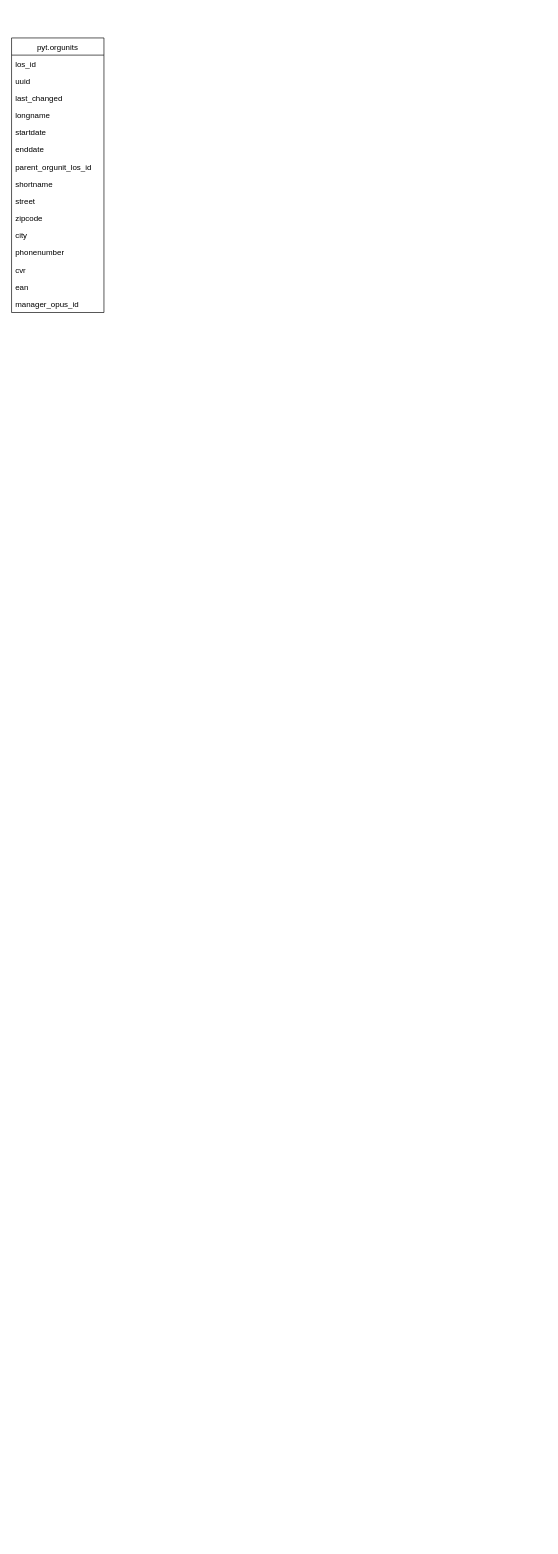
Before: Overblik_over_datatræk.drawio in Skanderborg/SOFD, a draw.io diagram. Source tidied: cells renumbered, new cells numbered last; positions are measured from the earlier drawing's top-left corner, leaving out a move shared by most shapes. Both pictures are drawn from the tidied source at 66%, with x=0, y=0 at pixel (11, 38).
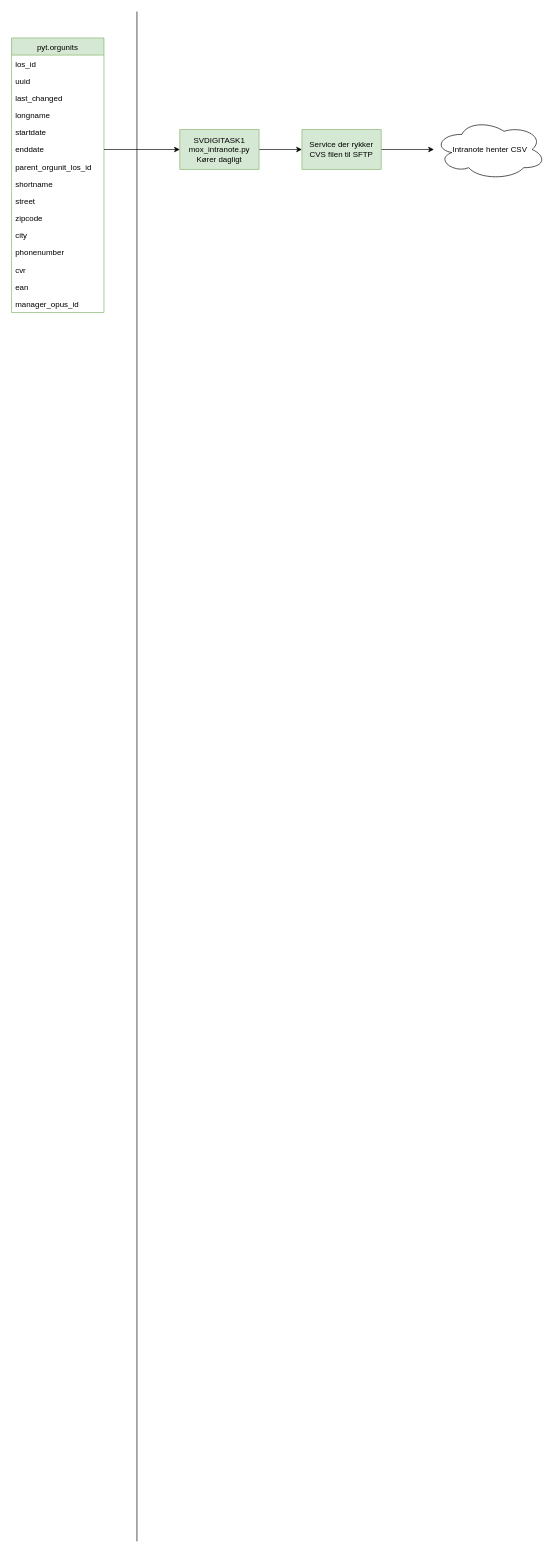
Above is the later version.

Unchanged cells that the change refers to:
```xml
<mxCell id="8" value="enddate" style="text;strokeColor=none;fillColor=none;align=left;verticalAlign=top;spacingLeft=4;spacingRight=4;overflow=hidden;points=[[0,0.5],[1,0.5]];portConstraint=eastwest;" parent="2" vertex="1">
  <mxGeometry y="156" width="140" height="26" as="geometry" />
</mxCell>
```

Diff of the diagram source:
```diff
@@
+    <mxCell id="18" style="endArrow=none;html=1;" parent="1" edge="1">
+      <mxGeometry relative="1" as="geometry">
+        <mxPoint x="190" y="2278" as="sourcePoint" />
+        <mxPoint x="190" y="-40" as="targetPoint" />
+      </mxGeometry>
+    </mxCell>
-    <mxCell id="2" value="pyt.orgunits" style="swimlane;fontStyle=0;horizontal=1;startSize=26;fillColor=none;" parent="1" vertex="1">
+    <mxCell id="2" value="pyt.orgunits" style="swimlane;fontStyle=0;horizontal=1;startSize=26;fillColor=#d5e8d4;strokeColor=#82b366;" parent="1" vertex="1">
       <mxGeometry width="140" height="416" as="geometry" />
     </mxCell>
@@
+    <mxCell id="19" style="edgeStyle=orthogonalEdgeStyle;rounded=0;jettySize=auto;html=1;" parent="1" edge="1" source="20" target="23">
+      <mxGeometry relative="1" as="geometry" />
+    </mxCell>
+    <mxCell id="20" value="&lt;div&gt;SVDIGITASK1&lt;/div&gt;&lt;div&gt;mox_intranote.py&lt;/div&gt;&lt;div&gt;Kører dagligt&lt;br&gt;&lt;/div&gt;" style="rounded=0;whiteSpace=wrap;html=1;fillColor=#d5e8d4;strokeColor=#82b366;" parent="1" vertex="1">
+      <mxGeometry x="255" y="139" width="120" height="60" as="geometry" />
+    </mxCell>
+    <mxCell id="21" style="edgeStyle=orthogonalEdgeStyle;rounded=0;jettySize=auto;html=1;" parent="1" edge="1" source="8" target="20">
+      <mxGeometry relative="1" as="geometry" />
+    </mxCell>
+    <mxCell id="22" style="edgeStyle=orthogonalEdgeStyle;rounded=0;jettySize=auto;html=1;" parent="1" edge="1" source="23" target="24">
+      <mxGeometry relative="1" as="geometry" />
+    </mxCell>
+    <mxCell id="23" value="Service der rykker CVS filen til SFTP" style="rounded=0;whiteSpace=wrap;html=1;fillColor=#d5e8d4;strokeColor=#82b366;" parent="1" vertex="1">
+      <mxGeometry x="440" y="139" width="120" height="60" as="geometry" />
+    </mxCell>
+    <mxCell id="24" value="Intranote henter CSV" style="ellipse;shape=cloud;whiteSpace=wrap;html=1;" parent="1" vertex="1">
+      <mxGeometry x="640" y="123" width="170" height="92" as="geometry" />
+    </mxCell>
```
